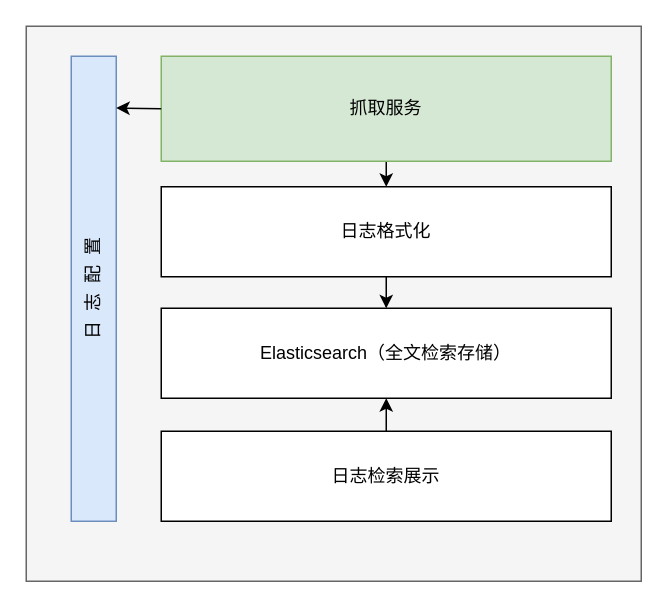
The draw.io diagram 日志.drawio in jhyhhmail/draw.io, before the edit. Source tidied: cells renumbered, new cells numbered last; positions are measured from the earlier drawing's top-left corner, leaving out a move shared by most shapes. Both pictures are drawn from the tidied source at 150%, with x=0, y=0 at pixel (26, 26).
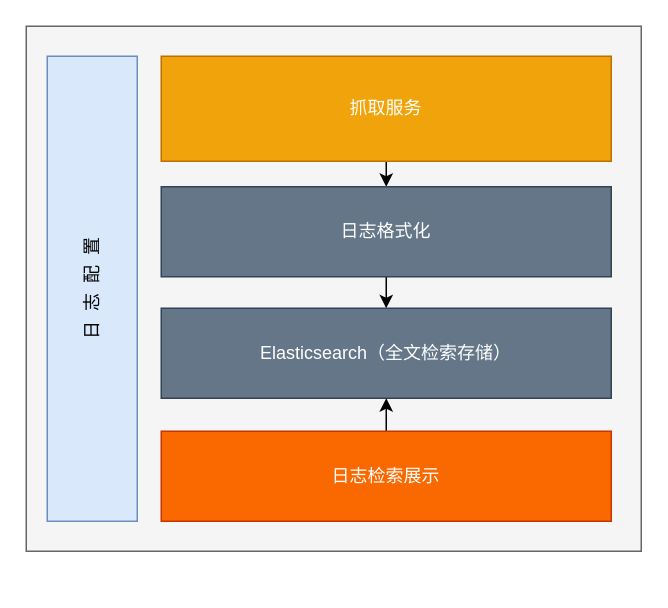
Above is the later version.

The edit, as a diff of the source:
```diff
@@
 <mxGraphModel>
   <root>
     <mxCell id="0" />
     <mxCell id="1" parent="0" />
     <mxCell id="2" style="rounded=0;whiteSpace=wrap;html=1;fillColor=#f5f5f5;strokeColor=#666666;fontColor=#333333;" parent="1" vertex="1">
-      <mxGeometry width="410" height="370" as="geometry" />
+      <mxGeometry width="410" height="350" as="geometry" />
     </mxCell>
     <mxCell id="3" value="日&amp;nbsp; 志&amp;nbsp; 配&amp;nbsp; 置" style="rounded=0;whiteSpace=wrap;html=1;fillColor=#dae8fc;strokeColor=#6c8ebf;horizontal=0;align=center;verticalAlign=middle;" parent="1" vertex="1">
-      <mxGeometry x="30" y="20" width="30" height="310" as="geometry" />
+      <mxGeometry x="14" y="20" width="60" height="310" as="geometry" />
     </mxCell>
     <mxCell id="4" style="edgeStyle=orthogonalEdgeStyle;rounded=0;jettySize=auto;html=1;exitX=0.5;exitY=1;exitDx=0;exitDy=0;entryX=0.5;entryY=0;entryDx=0;entryDy=0;" parent="1" edge="1" source="5" target="8">
       <mxGeometry relative="1" as="geometry" />
     </mxCell>
-    <mxCell id="5" value="抓取服务" style="rounded=0;whiteSpace=wrap;html=1;align=center;fillColor=#d5e8d4;strokeColor=#82b366;" parent="1" vertex="1">
+    <mxCell id="5" value="抓取服务" style="rounded=0;whiteSpace=wrap;html=1;align=center;fillColor=#f0a30a;strokeColor=#BD7000;fontColor=#ffffff;" parent="1" vertex="1">
       <mxGeometry x="90" y="20" width="300" height="70" as="geometry" />
     </mxCell>
-    <mxCell id="6" style="endArrow=classic;html=1;" parent="1" edge="1">
-      <mxGeometry relative="1" as="geometry">
-        <mxPoint x="90" y="55" as="sourcePoint" />
-        <mxPoint x="60" y="54.5" as="targetPoint" />
-      </mxGeometry>
-    </mxCell>
     <mxCell id="7" style="edgeStyle=orthogonalEdgeStyle;rounded=0;jettySize=auto;html=1;exitX=0.5;exitY=1;exitDx=0;exitDy=0;" parent="1" edge="1" source="8" target="9">
       <mxGeometry relative="1" as="geometry" />
     </mxCell>
-    <mxCell id="8" value="日志格式化" style="rounded=0;whiteSpace=wrap;html=1;align=center;" parent="1" vertex="1">
+    <mxCell id="8" value="日志格式化" style="rounded=0;whiteSpace=wrap;html=1;align=center;fillColor=#647687;strokeColor=#314354;fontColor=#ffffff;" parent="1" vertex="1">
       <mxGeometry x="90" y="107" width="300" height="60" as="geometry" />
     </mxCell>
-    <mxCell id="9" value="Elasticsearch（全文检索存储）" style="rounded=0;whiteSpace=wrap;html=1;align=center;" parent="1" vertex="1">
+    <mxCell id="9" value="Elasticsearch（全文检索存储）" style="rounded=0;whiteSpace=wrap;html=1;align=center;fillColor=#647687;strokeColor=#314354;fontColor=#ffffff;" parent="1" vertex="1">
       <mxGeometry x="90" y="188" width="300" height="60" as="geometry" />
     </mxCell>
     <mxCell id="10" style="edgeStyle=orthogonalEdgeStyle;rounded=0;jettySize=auto;html=1;" parent="1" edge="1" source="11" target="9">
       <mxGeometry relative="1" as="geometry" />
     </mxCell>
-    <mxCell id="11" value="日志检索展示" style="rounded=0;whiteSpace=wrap;html=1;align=center;" parent="1" vertex="1">
+    <mxCell id="11" value="日志检索展示" style="rounded=0;whiteSpace=wrap;html=1;align=center;fillColor=#fa6800;strokeColor=#C73500;fontColor=#ffffff;" parent="1" vertex="1">
       <mxGeometry x="90" y="270" width="300" height="60" as="geometry" />
     </mxCell>
   </root>
 </mxGraphModel>
```
